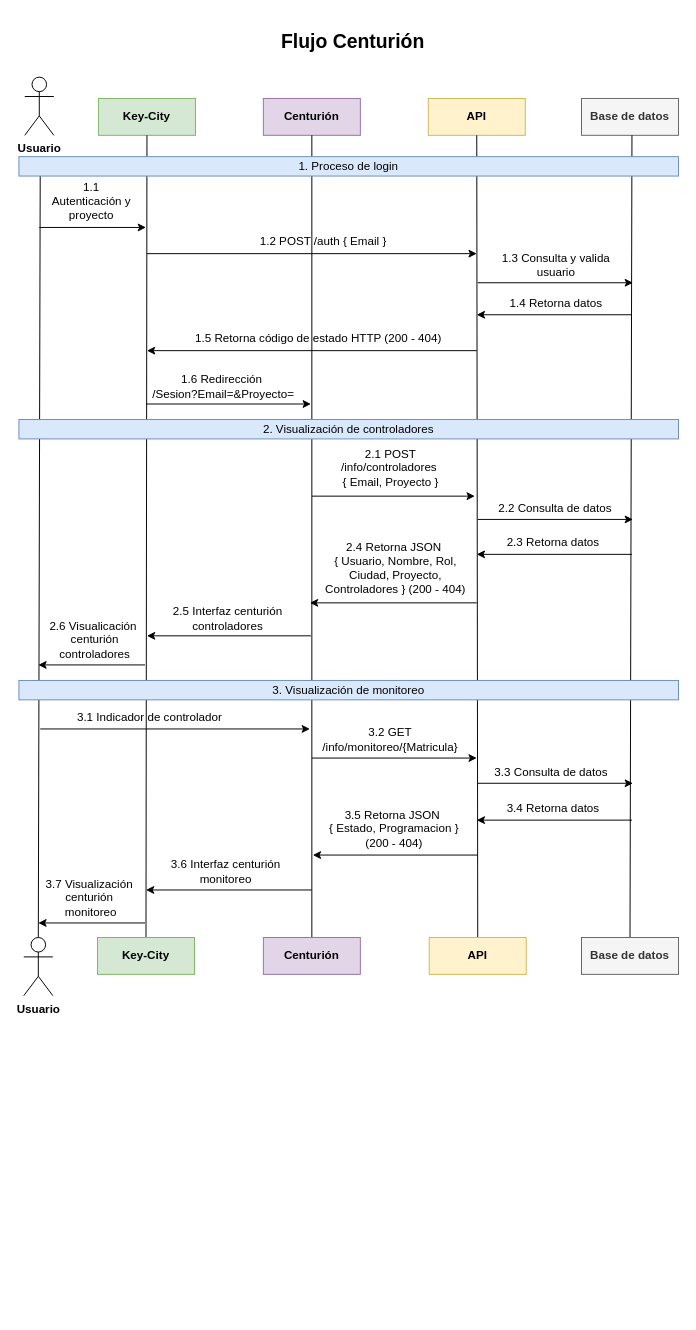
Earlier version of the draw.io diagram DiagramaCenturion.drawio (ChirinosM/Prueba). Source tidied: cells renumbered, new cells numbered last; positions are measured from the earlier drawing's top-left corner, leaving out a move shared by most shapes. Both pictures are drawn from the tidied source at 97%, with x=0, y=0 at pixel (18, 25).
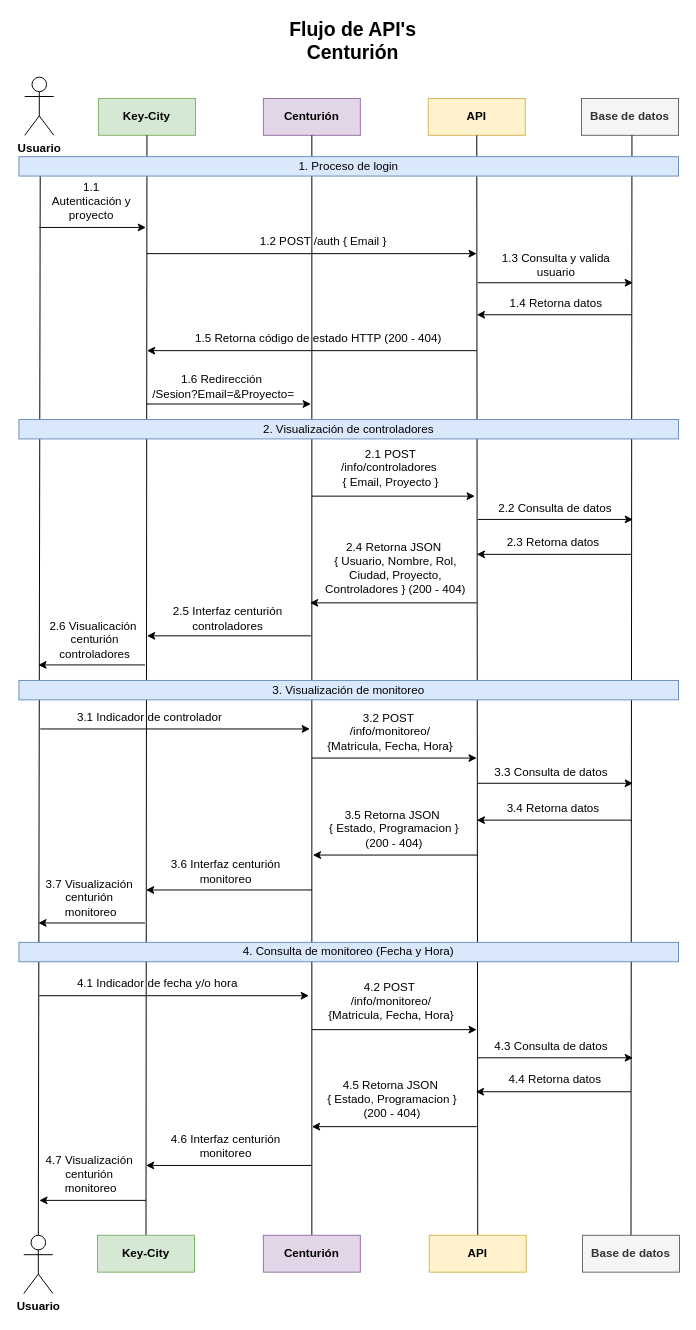
The same diagram, later.

Change to the diagram source:
```diff
@@
-    <mxCell id="35" value="3.2 GET /info/monitoreo/{Matricula}" style="text;html=1;align=center;verticalAlign=middle;whiteSpace=wrap;rounded=0;" parent="1" vertex="1">
-      <mxGeometry x="308" y="721" width="150" height="30" as="geometry" />
+    <mxCell id="35" value="3.2 POST&amp;nbsp;&lt;div&gt;/info/monitoreo/&lt;div&gt;{Matricula, Fecha, Hora}&lt;/div&gt;&lt;/div&gt;" style="text;html=1;align=center;verticalAlign=middle;whiteSpace=wrap;rounded=0;" parent="1" vertex="1">
+      <mxGeometry x="308" y="713" width="150" height="30" as="geometry" />
     </mxCell>
@@
     <mxCell id="45" value="Usuario" style="shape=umlActor;verticalLabelPosition=bottom;verticalAlign=top;html=1;outlineConnect=0;fontStyle=1;" parent="1" vertex="1">
-      <mxGeometry x="5" y="940" width="30" height="60" as="geometry" />
+      <mxGeometry x="5" y="1247" width="30" height="60" as="geometry" />
     </mxCell>
     <mxCell id="46" value="&lt;b&gt;Key-City&lt;/b&gt;" style="rounded=0;whiteSpace=wrap;html=1;fillColor=#d5e8d4;strokeColor=#82b366;" parent="1" vertex="1">
-      <mxGeometry x="81" y="940" width="100" height="38" as="geometry" />
+      <mxGeometry x="81" y="1247" width="100" height="38" as="geometry" />
     </mxCell>
     <mxCell id="47" value="&lt;b&gt;Centurión&lt;/b&gt;" style="rounded=0;whiteSpace=wrap;html=1;fillColor=#e1d5e7;strokeColor=#9673a6;" parent="1" vertex="1">
-      <mxGeometry x="252" y="940" width="100" height="38" as="geometry" />
+      <mxGeometry x="252" y="1247" width="100" height="38" as="geometry" />
     </mxCell>
     <mxCell id="48" value="&lt;b&gt;API&lt;/b&gt;" style="rounded=0;whiteSpace=wrap;html=1;fillColor=#fff2cc;strokeColor=#d6b656;" parent="1" vertex="1">
-      <mxGeometry x="423" y="940" width="100" height="38" as="geometry" />
+      <mxGeometry x="423" y="1247" width="100" height="38" as="geometry" />
     </mxCell>
     <mxCell id="49" value="&lt;b&gt;Base de datos&lt;/b&gt;" style="rounded=0;whiteSpace=wrap;html=1;fillColor=#f5f5f5;fontColor=#333333;strokeColor=#666666;" parent="1" vertex="1">
-      <mxGeometry x="580" y="940" width="100" height="38" as="geometry" />
+      <mxGeometry x="581" y="1247" width="100" height="38" as="geometry" />
     </mxCell>
@@
-    <mxCell id="58" value="Flujo Centurión" style="text;html=1;align=center;verticalAlign=middle;whiteSpace=wrap;rounded=0;fontStyle=1;fontSize=20;" parent="1" vertex="1">
+    <mxCell id="58" value="Flujo de API's Centurión" style="text;html=1;align=center;verticalAlign=middle;whiteSpace=wrap;rounded=0;fontStyle=1;fontSize=20;" parent="1" vertex="1">
       <mxGeometry x="250" width="188.5" height="30" as="geometry" />
     </mxCell>
+    <mxCell id="59" value="4. Consulta de monitoreo (Fecha y Hora)" style="rounded=0;whiteSpace=wrap;html=1;fillColor=#dae8fc;strokeColor=#6c8ebf;" parent="1" vertex="1">
+      <mxGeometry y="945" width="680" height="20" as="geometry" />
+    </mxCell>
+    <mxCell id="60" style="endArrow=classic;html=1;rounded=0;" parent="1" edge="1">
+      <mxGeometry relative="1" as="geometry">
+        <mxPoint x="21" y="1000" as="sourcePoint" />
+        <mxPoint x="299" y="1000" as="targetPoint" />
+      </mxGeometry>
+    </mxCell>
+    <mxCell id="61" value="4.1 Indicador de fecha y/o hora" style="text;html=1;align=center;verticalAlign=middle;whiteSpace=wrap;rounded=0;" parent="1" vertex="1">
+      <mxGeometry x="58" y="973" width="170" height="30" as="geometry" />
+    </mxCell>
+    <mxCell id="62" style="endArrow=classic;html=1;rounded=0;" parent="1" edge="1">
+      <mxGeometry relative="1" as="geometry">
+        <mxPoint x="302" y="1035" as="sourcePoint" />
+        <mxPoint x="472" y="1035" as="targetPoint" />
+      </mxGeometry>
+    </mxCell>
+    <mxCell id="63" value="4.2 POST&amp;nbsp;&lt;div&gt;/info/monitoreo/&lt;div&gt;{Matricula, Fecha, Hora}&lt;/div&gt;&lt;/div&gt;" style="text;html=1;align=center;verticalAlign=middle;whiteSpace=wrap;rounded=0;" parent="1" vertex="1">
+      <mxGeometry x="308.5" y="991" width="150" height="30" as="geometry" />
+    </mxCell>
+    <mxCell id="64" style="endArrow=classic;html=1;rounded=0;" parent="1" edge="1">
+      <mxGeometry relative="1" as="geometry">
+        <mxPoint x="473" y="1064" as="sourcePoint" />
+        <mxPoint x="633" y="1064" as="targetPoint" />
+      </mxGeometry>
+    </mxCell>
+    <mxCell id="65" value="4.3 Consulta de datos" style="text;html=1;align=center;verticalAlign=middle;whiteSpace=wrap;rounded=0;" parent="1" vertex="1">
+      <mxGeometry x="475" y="1037" width="148" height="30" as="geometry" />
+    </mxCell>
+    <mxCell id="66" style="endArrow=classic;html=1;rounded=0;" parent="1" edge="1">
+      <mxGeometry relative="1" as="geometry">
+        <mxPoint x="631" y="1099" as="sourcePoint" />
+        <mxPoint x="471" y="1099" as="targetPoint" />
+      </mxGeometry>
+    </mxCell>
+    <mxCell id="67" value="4.4 Retorna datos" style="text;html=1;align=center;verticalAlign=middle;whiteSpace=wrap;rounded=0;" parent="1" vertex="1">
+      <mxGeometry x="479" y="1073" width="148" height="27" as="geometry" />
+    </mxCell>
+    <mxCell id="68" style="endArrow=classic;html=1;rounded=0;" parent="1" edge="1">
+      <mxGeometry relative="1" as="geometry">
+        <mxPoint x="472" y="1135" as="sourcePoint" />
+        <mxPoint x="302" y="1135" as="targetPoint" />
+      </mxGeometry>
+    </mxCell>
+    <mxCell id="69" value="4.5 Retorna JSON&amp;nbsp;&lt;div&gt;{ Estado, Programacion } (200 - 404)&lt;/div&gt;" style="text;html=1;align=center;verticalAlign=middle;whiteSpace=wrap;rounded=0;" parent="1" vertex="1">
+      <mxGeometry x="310.5" y="1093" width="148" height="27" as="geometry" />
+    </mxCell>
+    <mxCell id="70" style="endArrow=classic;html=1;rounded=0;" parent="1" edge="1">
+      <mxGeometry relative="1" as="geometry">
+        <mxPoint x="302" y="1175" as="sourcePoint" />
+        <mxPoint x="131" y="1175" as="targetPoint" />
+      </mxGeometry>
+    </mxCell>
+    <mxCell id="71" value="4.6 Interfaz centurión monitoreo" style="text;html=1;align=center;verticalAlign=middle;whiteSpace=wrap;rounded=0;" parent="1" vertex="1">
+      <mxGeometry x="141" y="1140" width="145" height="30" as="geometry" />
+    </mxCell>
+    <mxCell id="72" style="endArrow=classic;html=1;rounded=0;" parent="1" edge="1">
+      <mxGeometry relative="1" as="geometry">
+        <mxPoint x="131" y="1211" as="sourcePoint" />
+        <mxPoint x="21" y="1211" as="targetPoint" />
+      </mxGeometry>
+    </mxCell>
+    <mxCell id="73" value="4.7 Visualización&amp;nbsp;&lt;div&gt;centurión&amp;nbsp;&lt;/div&gt;&lt;div&gt;monitoreo&lt;/div&gt;" style="text;html=1;align=center;verticalAlign=middle;whiteSpace=wrap;rounded=0;" parent="1" vertex="1">
+      <mxGeometry x="2" y="1169" width="145" height="30" as="geometry" />
+    </mxCell>
```
